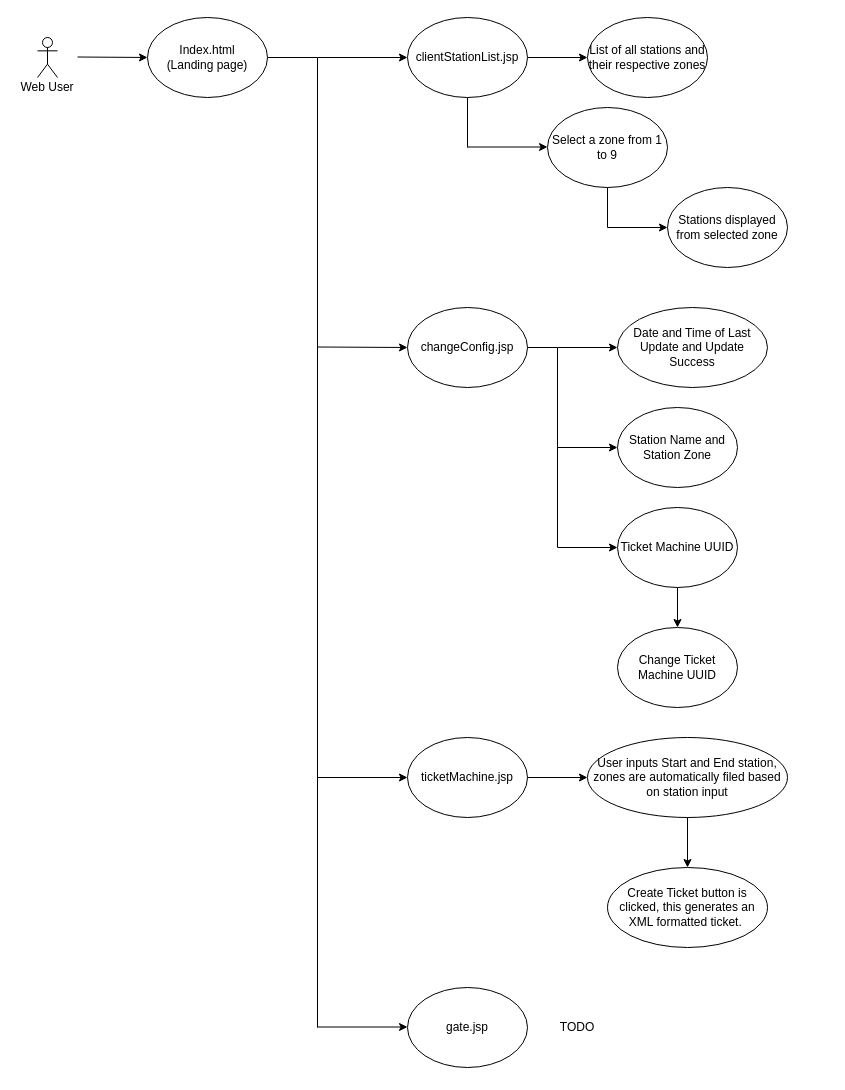
oscarshue/COM528 keeps this draw.io diagram as UMLmodel/drawio/UndergroundTicketSystem-UseCase.drawio. Above is the earlier version. Source tidied: cells renumbered, new cells numbered last; positions are measured from the earlier drawing's top-left corner, leaving out a move shared by most shapes. Both pictures are drawn from the tidied source at 100%, with x=0, y=0 at pixel (17, 17).
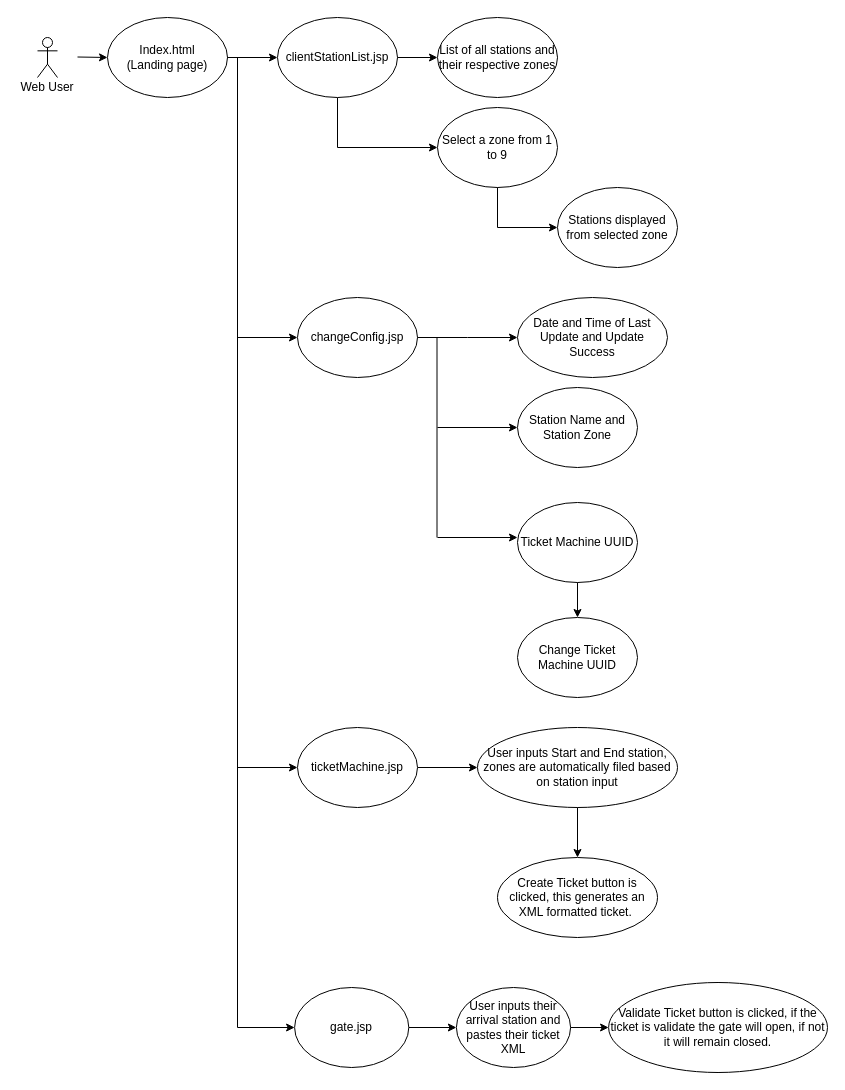
The same diagram, later.

Commit message (it also covers changes not shown here):
Added UML Use Case diagram

Unchanged cells that the change refers to:
```xml
<mxCell id="2" style="group;" parent="1" vertex="1">
  <mxGeometry y="20" width="110" height="60" as="geometry" />
</mxCell>
```

The edit, as a diff of the source:
```diff
@@
-    <mxCell id="3" style="endArrow=classic;html=1;entryX=0;entryY=0.5;entryDx=0;entryDy=0;" parent="2" edge="1" target="7">
-      <mxGeometry relative="1" as="geometry">
-        <mxPoint x="60" y="19.5" as="sourcePoint" />
-      </mxGeometry>
-    </mxCell>
@@
+    <mxCell id="45" style="group;" parent="2" vertex="1">
+      <mxGeometry x="60" y="19.5" width="30" height="0.5" as="geometry" />
+    </mxCell>
+    <mxCell id="3" style="endArrow=classic;html=1;" parent="45" edge="1">
+      <mxGeometry relative="1" as="geometry">
+        <mxPoint as="sourcePoint" />
+        <mxPoint x="30" y="0.5" as="targetPoint" />
+      </mxGeometry>
+    </mxCell>
     <mxCell id="7" value="Index.html&lt;br&gt;(Landing page)" style="ellipse;whiteSpace=wrap;html=1;" parent="1" vertex="1">
-      <mxGeometry x="130" width="120" height="80" as="geometry" />
+      <mxGeometry x="90" width="120" height="80" as="geometry" />
     </mxCell>
-    <mxCell id="8" style="group;" parent="1" vertex="1">
-      <mxGeometry x="250" width="530" height="940" as="geometry" />
-    </mxCell>
+    <mxCell id="26" style="endArrow=none;html=1;" parent="1" edge="1">
+      <mxGeometry relative="1" as="geometry">
+        <mxPoint x="210" y="40" as="sourcePoint" />
+        <mxPoint x="240" y="40" as="targetPoint" />
+      </mxGeometry>
+    </mxCell>
+    <mxCell id="46" style="group;" parent="1" vertex="1">
+      <mxGeometry x="210" width="450" height="250" as="geometry" />
+    </mxCell>
-    <mxCell id="9" style="endArrow=classic;html=1;fontColor=none;exitX=1;exitY=0.5;exitDx=0;exitDy=0;" parent="8" edge="1" source="24">
+    <mxCell id="9" style="endArrow=classic;html=1;fontColor=none;exitX=1;exitY=0.5;exitDx=0;exitDy=0;" parent="46" edge="1" source="10">
       <mxGeometry relative="1" as="geometry">
-        <mxPoint x="320" y="40" as="targetPoint" />
+        <mxPoint x="310" y="40" as="targetPoint" />
       </mxGeometry>
     </mxCell>
-    <mxCell id="10" value="List of all stations and their respective zones" style="ellipse;whiteSpace=wrap;html=1;fontColor=none;" parent="8" vertex="1">
-      <mxGeometry x="320" width="120" height="80" as="geometry" />
-    </mxCell>
-    <mxCell id="11" style="endArrow=none;html=1;fontColor=none;entryX=0.5;entryY=1;entryDx=0;entryDy=0;" parent="8" edge="1" target="24">
+    <mxCell id="11" style="endArrow=none;html=1;fontColor=none;entryX=0.5;entryY=1;entryDx=0;entryDy=0;" parent="46" edge="1" target="24">
       <mxGeometry relative="1" as="geometry">
-        <mxPoint x="200" y="130" as="sourcePoint" />
+        <mxPoint x="110" y="130" as="sourcePoint" />
       </mxGeometry>
     </mxCell>
-    <mxCell id="12" style="endArrow=classic;html=1;fontColor=none;" parent="8" edge="1">
+    <mxCell id="12" style="endArrow=classic;html=1;fontColor=none;entryX=0;entryY=0.5;entryDx=0;entryDy=0;" parent="46" edge="1" target="13">
       <mxGeometry relative="1" as="geometry">
-        <mxPoint x="200" y="129.5" as="sourcePoint" />
-        <mxPoint x="280" y="129.5" as="targetPoint" />
+        <mxPoint x="110" y="130" as="sourcePoint" />
       </mxGeometry>
     </mxCell>
-    <mxCell id="13" value="Select a zone from 1 to 9" style="ellipse;whiteSpace=wrap;html=1;fontColor=none;" parent="8" vertex="1">
-      <mxGeometry x="280" y="90" width="120" height="80" as="geometry" />
+    <mxCell id="13" value="Select a zone from 1 to 9" style="ellipse;whiteSpace=wrap;html=1;fontColor=none;" parent="46" vertex="1">
+      <mxGeometry x="210" y="90" width="120" height="80" as="geometry" />
     </mxCell>
-    <mxCell id="14" style="endArrow=none;html=1;fontColor=none;entryX=0.5;entryY=1;entryDx=0;entryDy=0;" parent="8" edge="1" target="13">
+    <mxCell id="14" style="endArrow=none;html=1;fontColor=none;entryX=0.5;entryY=1;entryDx=0;entryDy=0;" parent="46" edge="1" target="13">
       <mxGeometry relative="1" as="geometry">
-        <mxPoint x="340" y="210" as="sourcePoint" />
+        <mxPoint x="270" y="210" as="sourcePoint" />
       </mxGeometry>
     </mxCell>
-    <mxCell id="15" style="endArrow=classic;html=1;fontColor=none;" parent="8" edge="1" target="16">
+    <mxCell id="15" style="endArrow=classic;html=1;fontColor=none;" parent="46" edge="1">
       <mxGeometry relative="1" as="geometry">
-        <mxPoint x="340" y="210" as="sourcePoint" />
+        <mxPoint x="270" y="210" as="sourcePoint" />
+        <mxPoint x="330" y="210" as="targetPoint" />
       </mxGeometry>
     </mxCell>
-    <mxCell id="16" value="Stations displayed from selected zone" style="ellipse;whiteSpace=wrap;html=1;" parent="8" vertex="1">
-      <mxGeometry x="400" y="170" width="120" height="80" as="geometry" />
+    <mxCell id="16" value="Stations displayed from selected zone" style="ellipse;whiteSpace=wrap;html=1;" parent="46" vertex="1">
+      <mxGeometry x="330" y="170" width="120" height="80" as="geometry" />
     </mxCell>
+    <mxCell id="21" style="endArrow=classic;html=1;" parent="46" edge="1">
+      <mxGeometry relative="1" as="geometry">
+        <mxPoint y="40" as="sourcePoint" />
+        <mxPoint x="50" y="40" as="targetPoint" />
+      </mxGeometry>
+    </mxCell>
+    <mxCell id="24" value="clientStationList.jsp" style="ellipse;whiteSpace=wrap;html=1;" parent="46" vertex="1">
+      <mxGeometry x="50" width="120" height="80" as="geometry" />
+    </mxCell>
+    <mxCell id="10" value="List of all stations and their respective zones" style="ellipse;whiteSpace=wrap;html=1;fontColor=none;" parent="46" vertex="1">
+      <mxGeometry x="210" width="120" height="80" as="geometry" />
+    </mxCell>
+    <mxCell id="47" style="endArrow=classic;html=1;fontColor=none;exitX=1;exitY=0.5;exitDx=0;exitDy=0;" parent="46" edge="1" source="24" target="10">
+      <mxGeometry relative="1" as="geometry" />
+    </mxCell>
+    <mxCell id="27" style="endArrow=none;html=1;" parent="1" edge="1">
+      <mxGeometry relative="1" as="geometry">
+        <mxPoint x="220" y="1010" as="sourcePoint" />
+        <mxPoint x="220" y="40" as="targetPoint" />
+      </mxGeometry>
+    </mxCell>
+    <mxCell id="48" style="group;" parent="1" vertex="1">
+      <mxGeometry x="220" y="965" width="590" height="90" as="geometry" />
+    </mxCell>
+    <mxCell id="41" value="gate.jsp" style="ellipse;whiteSpace=wrap;html=1;" parent="48" vertex="1">
+      <mxGeometry x="57.1" y="5" width="114.2" height="80" as="geometry" />
+    </mxCell>
+    <mxCell id="43" style="endArrow=classic;html=1;" parent="48" edge="1">
+      <mxGeometry relative="1" as="geometry">
+        <mxPoint y="45" as="sourcePoint" />
+        <mxPoint x="57.1" y="45" as="targetPoint" />
+      </mxGeometry>
+    </mxCell>
+    <mxCell id="49" style="endArrow=classic;html=1;exitX=1;exitY=0.5;exitDx=0;exitDy=0;entryX=0;entryY=0.5;entryDx=0;entryDy=0;" parent="48" edge="1" source="41" target="50">
+      <mxGeometry relative="1" as="geometry" />
+    </mxCell>
+    <mxCell id="50" value="User inputs their arrival station and pastes their ticket XML" style="ellipse;whiteSpace=wrap;html=1;" parent="48" vertex="1">
+      <mxGeometry x="218.9" y="5" width="114.2" height="80" as="geometry" />
+    </mxCell>
+    <mxCell id="51" style="endArrow=classic;html=1;exitX=1;exitY=0.5;exitDx=0;exitDy=0;" parent="48" edge="1" source="50">
+      <mxGeometry relative="1" as="geometry">
+        <mxPoint x="371.1" y="45" as="targetPoint" />
+      </mxGeometry>
+    </mxCell>
+    <mxCell id="52" value="Validate Ticket button is clicked, if the ticket is validate the gate will open, if not it will remain closed." style="ellipse;whiteSpace=wrap;html=1;" parent="48" vertex="1">
+      <mxGeometry x="371.1" width="218.9" height="90" as="geometry" />
+    </mxCell>
+    <mxCell id="53" style="group;" parent="1" vertex="1">
+      <mxGeometry x="220" y="710" width="440" height="210" as="geometry" />
+    </mxCell>
+    <mxCell id="42" style="endArrow=classic;html=1;fontColor=none;exitX=1;exitY=0.5;exitDx=0;exitDy=0;" parent="53" edge="1" source="18">
+      <mxGeometry relative="1" as="geometry">
+        <mxPoint x="240" y="40" as="targetPoint" />
+      </mxGeometry>
+    </mxCell>
-    <mxCell id="17" style="endArrow=classic;html=1;" parent="8" edge="1">
+    <mxCell id="17" style="endArrow=classic;html=1;" parent="53" edge="1">
       <mxGeometry relative="1" as="geometry">
-        <mxPoint x="50" y="760" as="sourcePoint" />
-        <mxPoint x="140" y="760" as="targetPoint" />
+        <mxPoint y="40" as="sourcePoint" />
+        <mxPoint x="60" y="40" as="targetPoint" />
       </mxGeometry>
     </mxCell>
-    <mxCell id="18" value="ticketMachine.jsp" style="ellipse;whiteSpace=wrap;html=1;" parent="8" vertex="1">
-      <mxGeometry x="140" y="720" width="120" height="80" as="geometry" />
+    <mxCell id="18" value="ticketMachine.jsp" style="ellipse;whiteSpace=wrap;html=1;" parent="53" vertex="1">
+      <mxGeometry x="60" width="120" height="80" as="geometry" />
     </mxCell>
+    <mxCell id="38" value="User inputs Start and End station, zones are automatically filed based on station input" style="ellipse;whiteSpace=wrap;html=1;fontColor=none;" parent="53" vertex="1">
+      <mxGeometry x="240" width="200" height="80" as="geometry" />
+    </mxCell>
+    <mxCell id="39" value="Create Ticket button is clicked, this generates an XML formatted ticket.&amp;nbsp;" style="ellipse;whiteSpace=wrap;html=1;fontColor=none;" parent="53" vertex="1">
+      <mxGeometry x="260" y="130" width="160" height="80" as="geometry" />
+    </mxCell>
+    <mxCell id="40" style="endArrow=classic;html=1;fontColor=none;exitX=0.5;exitY=1;exitDx=0;exitDy=0;" parent="53" edge="1" source="38" target="39">
+      <mxGeometry relative="1" as="geometry" />
+    </mxCell>
+    <mxCell id="54" style="group;" parent="1" vertex="1">
+      <mxGeometry x="220" y="280" width="430" height="400" as="geometry" />
+    </mxCell>
-    <mxCell id="19" value="changeConfig.jsp" style="ellipse;whiteSpace=wrap;html=1;" parent="8" vertex="1">
-      <mxGeometry x="140" y="290" width="120" height="80" as="geometry" />
+    <mxCell id="19" value="changeConfig.jsp" style="ellipse;whiteSpace=wrap;html=1;" parent="54" vertex="1">
+      <mxGeometry x="60" width="120" height="80" as="geometry" />
     </mxCell>
-    <mxCell id="20" style="endArrow=classic;html=1;entryX=0;entryY=0.5;entryDx=0;entryDy=0;" parent="8" edge="1" target="19">
+    <mxCell id="20" style="endArrow=classic;html=1;" parent="54" edge="1">
       <mxGeometry relative="1" as="geometry">
-        <mxPoint x="50" y="329.5" as="sourcePoint" />
+        <mxPoint y="40" as="sourcePoint" />
+        <mxPoint x="60" y="40" as="targetPoint" />
       </mxGeometry>
     </mxCell>
-    <mxCell id="21" style="endArrow=classic;html=1;entryX=0;entryY=0.5;entryDx=0;entryDy=0;" parent="8" edge="1" target="24">
-      <mxGeometry relative="1" as="geometry">
-        <mxPoint x="50" y="40" as="sourcePoint" />
-      </mxGeometry>
-    </mxCell>
-    <mxCell id="22" style="group;" parent="8" vertex="1">
-      <mxGeometry x="140" width="120" height="80" as="geometry" />
-    </mxCell>
-    <mxCell id="23" style="group;" parent="22" vertex="1">
-      <mxGeometry width="120" height="80" as="geometry" />
-    </mxCell>
-    <mxCell id="24" value="clientStationList.jsp" style="ellipse;whiteSpace=wrap;html=1;" parent="23" vertex="1">
-      <mxGeometry width="120" height="80" as="geometry" />
-    </mxCell>
-    <mxCell id="25" style="group;" parent="8" vertex="1">
-      <mxGeometry y="40" width="50" height="850" as="geometry" />
-    </mxCell>
-    <mxCell id="26" style="endArrow=none;html=1;" parent="25" edge="1">
-      <mxGeometry relative="1" as="geometry">
-        <mxPoint as="sourcePoint" />
-        <mxPoint x="50" as="targetPoint" />
-      </mxGeometry>
-    </mxCell>
-    <mxCell id="27" style="endArrow=none;html=1;" parent="25" edge="1">
-      <mxGeometry relative="1" as="geometry">
-        <mxPoint x="50" y="970" as="sourcePoint" />
-        <mxPoint x="50" as="targetPoint" />
-      </mxGeometry>
-    </mxCell>
-    <mxCell id="28" style="endArrow=classic;html=1;fontColor=none;entryX=0;entryY=0.5;entryDx=0;entryDy=0;" parent="8" edge="1" target="29">
+    <mxCell id="28" style="endArrow=classic;html=1;fontColor=none;" parent="54" edge="1">
       <mxGeometry relative="1" as="geometry">
-        <mxPoint x="290" y="330" as="sourcePoint" />
+        <mxPoint x="230" y="40" as="sourcePoint" />
+        <mxPoint x="280" y="40" as="targetPoint" />
       </mxGeometry>
     </mxCell>
-    <mxCell id="29" value="Date and Time of Last Update and Update Success" style="ellipse;whiteSpace=wrap;html=1;" parent="8" vertex="1">
-      <mxGeometry x="350" y="290" width="150" height="80" as="geometry" />
+    <mxCell id="29" value="Date and Time of Last Update and Update Success" style="ellipse;whiteSpace=wrap;html=1;" parent="54" vertex="1">
+      <mxGeometry x="280" width="150" height="80" as="geometry" />
     </mxCell>
-    <mxCell id="30" style="endArrow=none;html=1;fontColor=none;exitX=1;exitY=0.5;exitDx=0;exitDy=0;" parent="8" edge="1" source="19">
+    <mxCell id="30" style="endArrow=none;html=1;fontColor=none;exitX=1;exitY=0.5;exitDx=0;exitDy=0;" parent="54" edge="1" source="19">
       <mxGeometry relative="1" as="geometry">
-        <mxPoint x="290" y="330" as="targetPoint" />
+        <mxPoint x="230" y="40" as="targetPoint" />
       </mxGeometry>
     </mxCell>
-    <mxCell id="31" style="endArrow=none;html=1;fontColor=none;" parent="8" edge="1">
+    <mxCell id="31" style="endArrow=none;html=1;fontColor=none;" parent="54" edge="1">
       <mxGeometry relative="1" as="geometry">
-        <mxPoint x="290" y="330" as="sourcePoint" />
-        <mxPoint x="290" y="530" as="targetPoint" />
+        <mxPoint x="199.5" y="40" as="sourcePoint" />
+        <mxPoint x="199.5" y="240" as="targetPoint" />
       </mxGeometry>
     </mxCell>
-    <mxCell id="32" style="endArrow=classic;html=1;fontColor=none;entryX=0;entryY=0.5;entryDx=0;entryDy=0;" parent="8" edge="1" target="33">
+    <mxCell id="32" style="endArrow=classic;html=1;fontColor=none;" parent="54" edge="1">
       <mxGeometry relative="1" as="geometry">
-        <mxPoint x="290" y="430" as="sourcePoint" />
+        <mxPoint x="200" y="130" as="sourcePoint" />
+        <mxPoint x="280" y="130" as="targetPoint" />
       </mxGeometry>
     </mxCell>
-    <mxCell id="33" value="Station Name and Station Zone" style="ellipse;whiteSpace=wrap;html=1;" parent="8" vertex="1">
-      <mxGeometry x="350" y="390" width="120" height="80" as="geometry" />
+    <mxCell id="33" value="Station Name and Station Zone" style="ellipse;whiteSpace=wrap;html=1;" parent="54" vertex="1">
+      <mxGeometry x="280" y="90" width="120" height="80" as="geometry" />
     </mxCell>
-    <mxCell id="34" style="endArrow=classic;html=1;fontColor=none;entryX=0;entryY=0.5;entryDx=0;entryDy=0;" parent="8" edge="1" target="35">
+    <mxCell id="34" style="endArrow=classic;html=1;fontColor=none;" parent="54" edge="1">
       <mxGeometry relative="1" as="geometry">
-        <mxPoint x="290" y="530" as="sourcePoint" />
+        <mxPoint x="200" y="240" as="sourcePoint" />
+        <mxPoint x="280" y="240" as="targetPoint" />
       </mxGeometry>
     </mxCell>
-    <mxCell id="35" value="Ticket Machine UUID" style="ellipse;whiteSpace=wrap;html=1;" parent="8" vertex="1">
-      <mxGeometry x="350" y="490" width="120" height="80" as="geometry" />
+    <mxCell id="35" value="Ticket Machine UUID" style="ellipse;whiteSpace=wrap;html=1;" parent="54" vertex="1">
+      <mxGeometry x="280" y="205" width="120" height="80" as="geometry" />
     </mxCell>
-    <mxCell id="36" style="endArrow=classic;html=1;fontColor=none;exitX=0.5;exitY=1;exitDx=0;exitDy=0;entryX=0.5;entryY=0;entryDx=0;entryDy=0;" parent="8" edge="1" source="35" target="37">
+    <mxCell id="36" style="endArrow=classic;html=1;fontColor=none;exitX=0.5;exitY=1;exitDx=0;exitDy=0;entryX=0.5;entryY=0;entryDx=0;entryDy=0;" parent="54" edge="1" source="35" target="37">
       <mxGeometry relative="1" as="geometry" />
     </mxCell>
-    <mxCell id="37" value="Change Ticket Machine UUID" style="ellipse;whiteSpace=wrap;html=1;fontColor=none;" parent="8" vertex="1">
-      <mxGeometry x="350" y="610" width="120" height="80" as="geometry" />
+    <mxCell id="37" value="Change Ticket Machine UUID" style="ellipse;whiteSpace=wrap;html=1;fontColor=none;" parent="54" vertex="1">
+      <mxGeometry x="280" y="320" width="120" height="80" as="geometry" />
     </mxCell>
-    <mxCell id="38" value="User inputs Start and End station, zones are automatically filed based on station input" style="ellipse;whiteSpace=wrap;html=1;fontColor=none;" parent="8" vertex="1">
-      <mxGeometry x="320" y="720" width="200" height="80" as="geometry" />
-    </mxCell>
-    <mxCell id="39" value="Create Ticket button is clicked, this generates an XML formatted ticket.&amp;nbsp;" style="ellipse;whiteSpace=wrap;html=1;fontColor=none;" parent="8" vertex="1">
-      <mxGeometry x="340" y="850" width="160" height="80" as="geometry" />
-    </mxCell>
-    <mxCell id="40" style="endArrow=classic;html=1;fontColor=none;exitX=0.5;exitY=1;exitDx=0;exitDy=0;" parent="8" edge="1" source="38">
-      <mxGeometry relative="1" as="geometry">
-        <mxPoint x="420" y="850" as="targetPoint" />
-      </mxGeometry>
-    </mxCell>
-    <mxCell id="41" value="gate.jsp" style="ellipse;whiteSpace=wrap;html=1;" parent="1" vertex="1">
-      <mxGeometry x="390" y="970" width="120" height="80" as="geometry" />
-    </mxCell>
-    <mxCell id="42" style="endArrow=classic;html=1;fontColor=none;exitX=1;exitY=0.5;exitDx=0;exitDy=0;" parent="1" edge="1" source="18">
-      <mxGeometry relative="1" as="geometry">
-        <mxPoint x="570" y="760" as="targetPoint" />
-      </mxGeometry>
-    </mxCell>
-    <mxCell id="43" style="endArrow=classic;html=1;" parent="1" edge="1">
-      <mxGeometry relative="1" as="geometry">
-        <mxPoint x="300" y="1009.5" as="sourcePoint" />
-        <mxPoint x="390" y="1009.5" as="targetPoint" />
-      </mxGeometry>
-    </mxCell>
-    <mxCell id="44" value="TODO" style="text;html=1;strokeColor=none;fillColor=none;align=center;verticalAlign=middle;whiteSpace=wrap;rounded=0;fontColor=none;" parent="1" vertex="1">
-      <mxGeometry x="540" y="1000" width="40" height="20" as="geometry" />
-    </mxCell>
```
